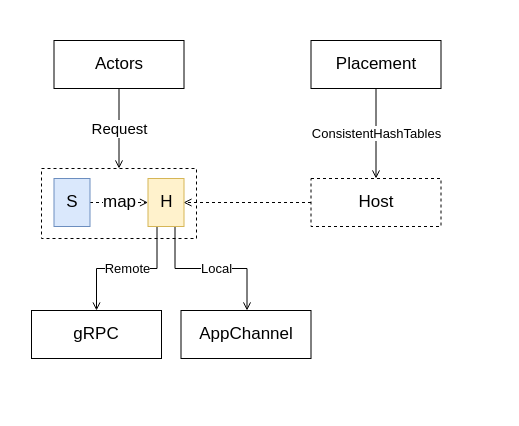
Above: page "actors" (4 of 12) of 2020/dapr/dapr.drawio in abserari/draw.io (draw.io), before the change. Source tidied: cells renumbered, new cells numbered last; positions are measured from the earlier drawing's top-left corner, leaving out a move shared by most shapes. Both pictures are drawn from the tidied source at 100%, with x=0, y=0 at pixel (31, 40).
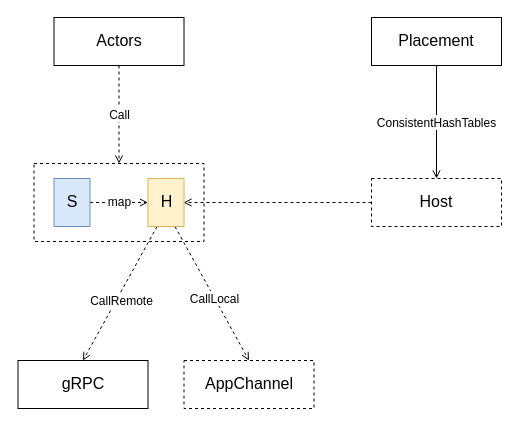
Above is the later version.

Unchanged cells that the change refers to:
```xml
<mxCell id="11" style="rounded=0;whiteSpace=wrap;html=1;shadow=0;glass=0;strokeColor=#d6b656;fillColor=#fff2cc;" parent="1" vertex="1">
  <mxGeometry x="116.5" y="138" width="36" height="48" as="geometry" />
</mxCell>
```

Change to the diagram source:
```diff
@@
-    <mxCell id="2" value="Local" style="edgeStyle=orthogonalEdgeStyle;rounded=0;jettySize=auto;html=1;exitX=0.75;exitY=1;exitDx=0;exitDy=0;entryX=0.5;entryY=0;entryDx=0;entryDy=0;endArrow=open;endFill=0;fontSize=13;fontColor=#000000;" parent="1" edge="1" source="11">
-      <mxGeometry x="0.07" relative="1" as="geometry">
-        <mxPoint x="215.5" y="270" as="targetPoint" />
-        <Array as="points">
-          <mxPoint x="143" y="228" />
-          <mxPoint x="215" y="228" />
-        </Array>
-      </mxGeometry>
+    <mxCell id="2" value="&lt;font style=&quot;font-size: 12px&quot;&gt;CallLocal&lt;/font&gt;" style="rounded=0;jettySize=auto;html=1;exitX=0.75;exitY=1;exitDx=0;exitDy=0;entryX=0.5;entryY=0;entryDx=0;entryDy=0;endArrow=open;endFill=0;fontSize=13;fontColor=#000000;dashed=1;" parent="1" edge="1" source="11" target="7">
+      <mxGeometry x="0.07" relative="1" as="geometry" />
     </mxCell>
-    <mxCell id="3" value="Remote" style="edgeStyle=orthogonalEdgeStyle;rounded=0;jettySize=auto;html=1;exitX=0.25;exitY=1;exitDx=0;exitDy=0;entryX=0.5;entryY=0;entryDx=0;entryDy=0;endArrow=open;endFill=0;fontSize=13;fontColor=#000000;" parent="1" edge="1" source="11" target="16">
-      <mxGeometry relative="1" as="geometry">
-        <Array as="points">
-          <mxPoint x="125" y="228" />
-          <mxPoint x="65" y="228" />
-        </Array>
-      </mxGeometry>
+    <mxCell id="3" value="&lt;font style=&quot;font-size: 12px&quot;&gt;CallRemote&lt;/font&gt;" style="rounded=0;jettySize=auto;html=1;exitX=0.25;exitY=1;exitDx=0;exitDy=0;entryX=0.5;entryY=0;entryDx=0;entryDy=0;endArrow=open;endFill=0;fontSize=13;fontColor=#000000;dashed=1;" parent="1" edge="1" source="11" target="16">
+      <mxGeometry x="0.07" y="5" relative="1" as="geometry" />
     </mxCell>
     <mxCell id="4" style="rounded=0;whiteSpace=wrap;html=1;shadow=0;glass=0;gradientColor=none;fontColor=#000000;strokeColor=#000000;fontSize=17;fillColor=none;dashed=1;" parent="1" vertex="1">
-      <mxGeometry x="10" y="128" width="155" height="70" as="geometry" />
+      <mxGeometry x="2.5" y="123" width="170" height="78" as="geometry" />
     </mxCell>
-    <mxCell id="5" value="Request" style="edgeStyle=orthogonalEdgeStyle;rounded=0;jettySize=auto;html=1;exitX=0.5;exitY=1;exitDx=0;exitDy=0;endArrow=open;endFill=0;fontSize=15;fontColor=#000000;entryX=0.5;entryY=0;entryDx=0;entryDy=0;" parent="1" edge="1" source="6" target="4">
+    <mxCell id="5" value="&lt;font style=&quot;font-size: 12px&quot;&gt;Call&lt;/font&gt;" style="edgeStyle=orthogonalEdgeStyle;rounded=0;jettySize=auto;html=1;exitX=0.5;exitY=1;exitDx=0;exitDy=0;endArrow=open;endFill=0;fontSize=13;fontColor=#000000;entryX=0.5;entryY=0;entryDx=0;entryDy=0;dashed=1;" parent="1" edge="1" source="6" target="4">
       <mxGeometry relative="1" as="geometry" />
     </mxCell>
-    <mxCell id="6" value="Actors" style="rounded=0;whiteSpace=wrap;html=1;shadow=0;glass=0;gradientColor=none;fontColor=#000000;strokeColor=#000000;fontSize=17;" parent="1" vertex="1">
-      <mxGeometry x="22.5" width="130" height="48" as="geometry" />
+    <mxCell id="6" value="&lt;font style=&quot;font-size: 16px&quot;&gt;Actors&lt;/font&gt;" style="rounded=0;whiteSpace=wrap;html=1;shadow=0;glass=0;gradientColor=none;fontColor=#000000;strokeColor=#000000;fontSize=17;" parent="1" vertex="1">
+      <mxGeometry x="22.5" y="-23" width="130" height="48" as="geometry" />
     </mxCell>
-    <mxCell id="7" value="AppChannel" style="rounded=0;whiteSpace=wrap;html=1;shadow=0;glass=0;gradientColor=none;fontColor=#000000;strokeColor=#000000;fontSize=17;" parent="1" vertex="1">
-      <mxGeometry x="149.5" y="270" width="130" height="48" as="geometry" />
+    <mxCell id="7" value="&lt;font style=&quot;font-size: 16px&quot;&gt;AppChannel&lt;/font&gt;" style="rounded=0;whiteSpace=wrap;html=1;shadow=0;glass=0;gradientColor=none;fontColor=#000000;strokeColor=#000000;fontSize=17;dashed=1;" parent="1" vertex="1">
+      <mxGeometry x="152.5" y="320" width="130" height="48" as="geometry" />
     </mxCell>
-    <mxCell id="8" value="map" style="edgeStyle=orthogonalEdgeStyle;rounded=0;jettySize=auto;html=1;exitX=1;exitY=0.5;exitDx=0;exitDy=0;entryX=0;entryY=0.5;entryDx=0;entryDy=0;endArrow=open;endFill=0;fontSize=17;fontColor=#000000;dashed=1;" parent="1" edge="1" source="10" target="11">
-      <mxGeometry relative="1" as="geometry" />
+    <mxCell id="8" value="map" style="edgeStyle=orthogonalEdgeStyle;rounded=0;jettySize=auto;html=1;exitX=1;exitY=0.5;exitDx=0;exitDy=0;entryX=0;entryY=0.5;entryDx=0;entryDy=0;endArrow=open;endFill=0;fontSize=12;fontColor=#000000;dashed=1;" parent="1" edge="1" source="10" target="11">
+      <mxGeometry relative="1" as="geometry">
+        <Array as="points">
+          <mxPoint x="90" y="162" />
+          <mxPoint x="90" y="162" />
+        </Array>
+      </mxGeometry>
     </mxCell>
@@
-    <mxCell id="10" value="S" style="rounded=0;whiteSpace=wrap;html=1;shadow=0;glass=0;strokeColor=#6c8ebf;fillColor=#dae8fc;fontSize=17;" parent="1" vertex="1">
+    <mxCell id="10" value="&lt;font style=&quot;font-size: 16px&quot;&gt;S&lt;/font&gt;" style="rounded=0;whiteSpace=wrap;html=1;shadow=0;glass=0;strokeColor=#6c8ebf;fillColor=#dae8fc;fontSize=17;" parent="1" vertex="1">
       <mxGeometry x="22.5" y="138" width="36" height="48" as="geometry" />
     </mxCell>
@@
-    <mxCell id="12" value="H" style="text;html=1;align=center;verticalAlign=middle;points=[];fontSize=17;fontColor=#000000;" parent="1" vertex="1">
+    <mxCell id="12" value="&lt;font style=&quot;font-size: 16px&quot;&gt;H&lt;/font&gt;" style="text;html=1;align=center;verticalAlign=middle;points=[];fontSize=17;fontColor=#000000;" parent="1" vertex="1">
       <mxGeometry x="119.5" y="147" width="30" height="30" as="geometry" />
     </mxCell>
-    <mxCell id="13" value="ConsistentHashTables" style="edgeStyle=orthogonalEdgeStyle;rounded=0;jettySize=auto;html=1;endArrow=open;endFill=0;fontSize=13;fontColor=#000000;" parent="1" edge="1" source="14" target="15">
+    <mxCell id="13" value="&lt;font style=&quot;font-size: 12px&quot;&gt;ConsistentHashTables&lt;/font&gt;" style="edgeStyle=orthogonalEdgeStyle;rounded=0;jettySize=auto;html=1;endArrow=open;endFill=0;fontSize=13;fontColor=#000000;" parent="1" edge="1" source="14" target="15">
       <mxGeometry relative="1" as="geometry" />
     </mxCell>
-    <mxCell id="14" value="Placement" style="rounded=0;whiteSpace=wrap;html=1;shadow=0;glass=0;gradientColor=none;fontColor=#000000;strokeColor=#000000;fontSize=17;" parent="1" vertex="1">
-      <mxGeometry x="279.5" width="130" height="48" as="geometry" />
+    <mxCell id="14" value="&lt;font style=&quot;font-size: 16px&quot;&gt;Placement&lt;/font&gt;" style="rounded=0;whiteSpace=wrap;html=1;shadow=0;glass=0;gradientColor=none;fontColor=#000000;strokeColor=#000000;fontSize=17;" parent="1" vertex="1">
+      <mxGeometry x="340" y="-23" width="130" height="48" as="geometry" />
     </mxCell>
-    <mxCell id="15" value="Host" style="rounded=0;whiteSpace=wrap;html=1;shadow=0;glass=0;gradientColor=none;fontColor=#000000;strokeColor=#000000;fontSize=17;dashed=1;" parent="1" vertex="1">
-      <mxGeometry x="279.5" y="138" width="130" height="48" as="geometry" />
+    <mxCell id="15" value="&lt;font style=&quot;font-size: 16px&quot;&gt;Host&lt;/font&gt;" style="rounded=0;whiteSpace=wrap;html=1;shadow=0;glass=0;gradientColor=none;fontColor=#000000;strokeColor=#000000;fontSize=17;dashed=1;" parent="1" vertex="1">
+      <mxGeometry x="340" y="138" width="130" height="48" as="geometry" />
     </mxCell>
-    <mxCell id="16" value="gRPC" style="rounded=0;whiteSpace=wrap;html=1;shadow=0;glass=0;gradientColor=none;fontColor=#000000;strokeColor=#000000;fontSize=17;" parent="1" vertex="1">
-      <mxGeometry y="270" width="130" height="48" as="geometry" />
+    <mxCell id="16" value="&lt;font style=&quot;font-size: 16px&quot;&gt;gRPC&lt;/font&gt;" style="rounded=0;whiteSpace=wrap;html=1;shadow=0;glass=0;gradientColor=none;fontColor=#000000;strokeColor=#000000;fontSize=17;" parent="1" vertex="1">
+      <mxGeometry x="-13.5" y="320" width="130" height="48" as="geometry" />
     </mxCell>
```
